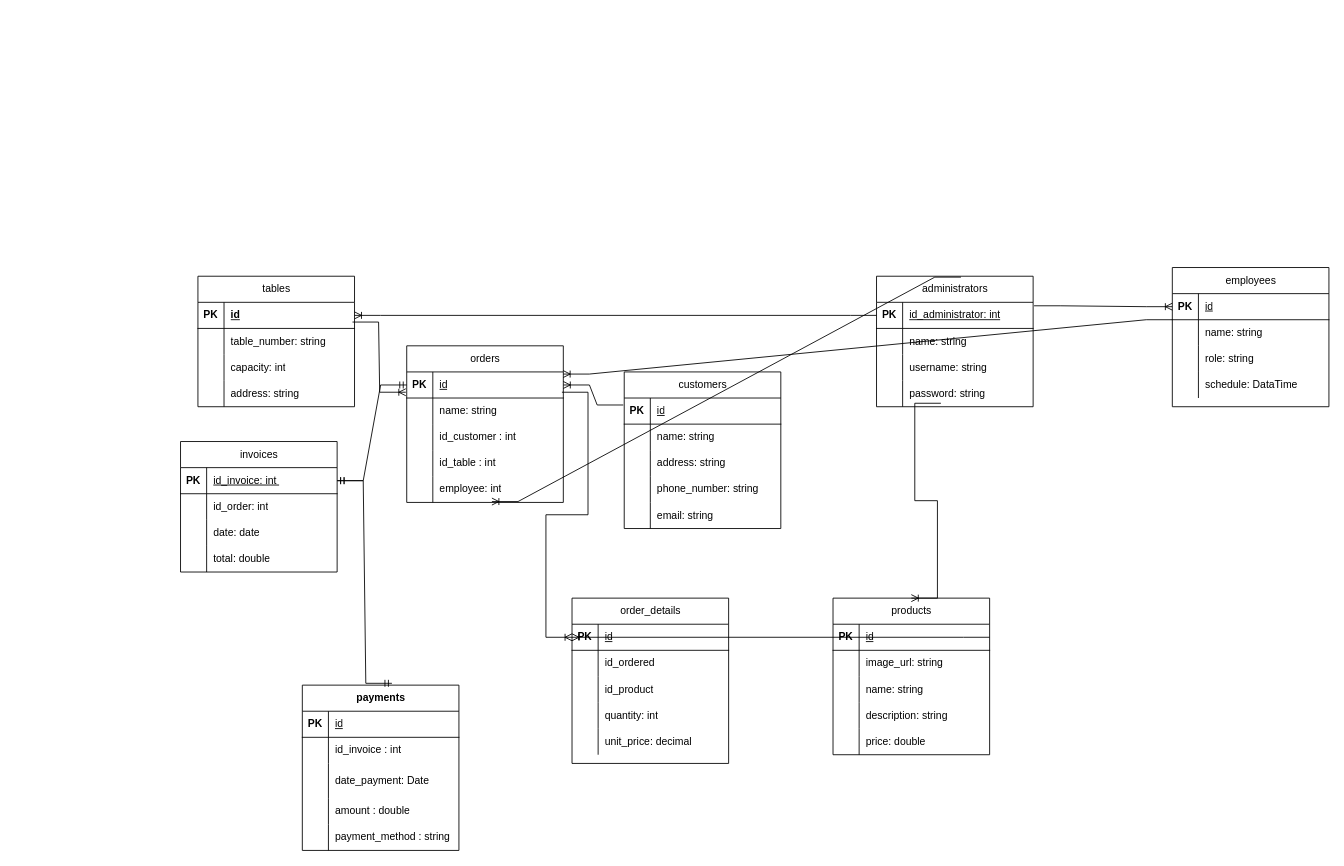
This is page "ER" (2 of 3) of Documents/Diagrama sin título.drawio from KevinAlvarezD/RestAdmin, a draw.io file, before an edit. Source tidied: cells renumbered, new cells numbered last; positions are measured from the earlier drawing's top-left corner, leaving out a move shared by most shapes. Both pictures are drawn from the tidied source at 87%, with x=0, y=0 at pixel (180, -11).
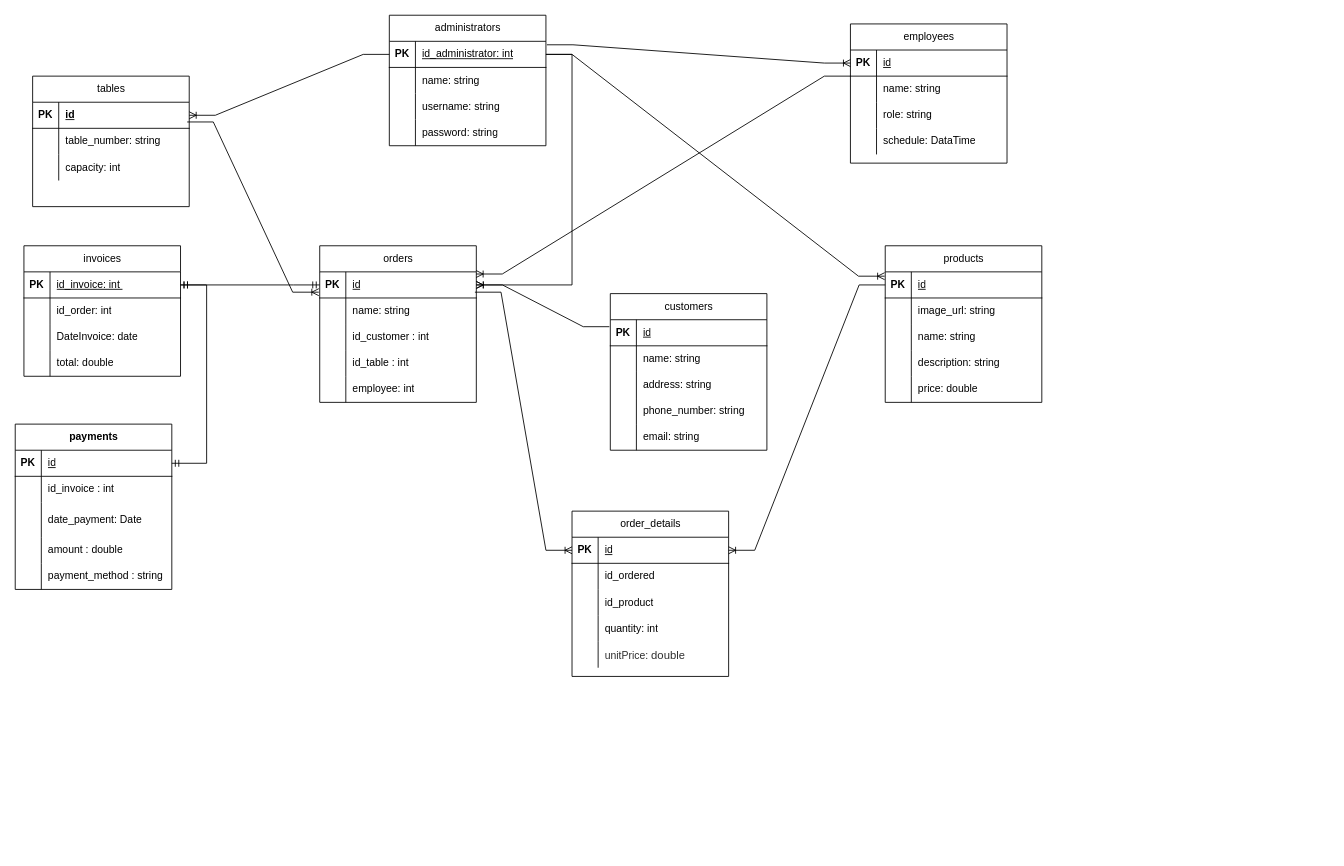
After the change.

The change refers to these unchanged cells:
```xml
<mxCell id="3" style="shape=tableRow;horizontal=0;startSize=0;swimlaneHead=0;swimlaneBody=0;fillColor=none;points=[[0,0.5],[1,0.5]];portConstraint=eastwest;top=0;left=0;right=0;bottom=1;" parent="2" vertex="1">
  <mxGeometry y="30" width="180" height="30" as="geometry" />
</mxCell>
<mxCell id="9" style="shape=tableRow;horizontal=0;startSize=0;swimlaneHead=0;swimlaneBody=0;fillColor=none;top=0;left=0;right=0;bottom=0;" parent="2" vertex="1">
  <mxGeometry y="90" width="180" height="30" as="geometry" />
</mxCell>
<mxCell id="32" style="shape=tableRow;horizontal=0;startSize=0;swimlaneHead=0;swimlaneBody=0;fillColor=none;points=[[0,0.5],[1,0.5]];portConstraint=eastwest;top=0;left=0;right=0;bottom=1;" parent="31" vertex="1">
  <mxGeometry y="30" width="180" height="30" as="geometry" />
</mxCell>
<mxCell id="44" style="shape=tableRow;horizontal=0;startSize=0;swimlaneHead=0;swimlaneBody=0;fillColor=none;points=[[0,0.5],[1,0.5]];portConstraint=eastwest;top=0;left=0;right=0;bottom=0;" parent="31" vertex="1">
  <mxGeometry y="150" width="180" height="30" as="geometry" />
</mxCell>
<mxCell id="61" style="shape=tableRow;horizontal=0;startSize=0;swimlaneHead=0;swimlaneBody=0;fillColor=none;points=[[0,0.5],[1,0.5]];portConstraint=eastwest;top=0;left=0;right=0;bottom=1;" parent="60" vertex="1">
  <mxGeometry y="30" width="180" height="30" as="geometry" />
</mxCell>
<mxCell id="77" style="shape=tableRow;horizontal=0;startSize=0;swimlaneHead=0;swimlaneBody=0;fillColor=none;points=[[0,0.5],[1,0.5]];portConstraint=eastwest;top=0;left=0;right=0;bottom=1;" parent="76" vertex="1">
  <mxGeometry y="30" width="180" height="30" as="geometry" />
</mxCell>
<mxCell id="93" style="shape=tableRow;horizontal=0;startSize=0;swimlaneHead=0;swimlaneBody=0;fillColor=none;points=[[0,0.5],[1,0.5]];portConstraint=eastwest;top=0;left=0;right=0;bottom=1;" parent="92" vertex="1">
  <mxGeometry y="30" width="180" height="30" as="geometry" />
</mxCell>
<mxCell id="105" style="shape=tableRow;horizontal=0;startSize=0;swimlaneHead=0;swimlaneBody=0;fillColor=none;top=0;left=0;right=0;bottom=0;" parent="92" vertex="1">
  <mxGeometry y="150" width="180" height="30" as="geometry" />
</mxCell>
<mxCell id="109" style="shape=tableRow;horizontal=0;startSize=0;swimlaneHead=0;swimlaneBody=0;fillColor=none;points=[[0,0.5],[1,0.5]];portConstraint=eastwest;top=0;left=0;right=0;bottom=1;" parent="108" vertex="1">
  <mxGeometry y="30" width="180" height="30" as="geometry" />
</mxCell>
<mxCell id="118" style="shape=tableRow;horizontal=0;startSize=0;swimlaneHead=0;swimlaneBody=0;fillColor=none;points=[[0,0.5],[1,0.5]];portConstraint=eastwest;top=0;left=0;right=0;bottom=0;" parent="108" vertex="1">
  <mxGeometry y="120" width="180" height="30" as="geometry" />
</mxCell>
```

The edit, as a diff of the source:
```diff
@@
     <mxCell id="2" value="&lt;span style=&quot;font-weight: 400;&quot;&gt;invoices&lt;/span&gt;" style="shape=table;startSize=30;childLayout=tableLayout;rowLines=0;fontStyle=1;align=center;html=1;" parent="1" vertex="1">
-      <mxGeometry y="520" width="180" height="150" as="geometry" />
+      <mxGeometry x="-180" y="295" width="180" height="150" as="geometry" />
     </mxCell>
@@
-    <mxCell id="11" value="&lt;span style=&quot;text-wrap: nowrap;&quot;&gt;date: date&lt;/span&gt;" style="shape=partialRectangle;fillColor=none;top=0;left=0;bottom=0;right=0;align=left;spacingLeft=6;overflow=hidden;whiteSpace=wrap;html=1;" parent="9" vertex="1">
+    <mxCell id="11" value="&lt;span style=&quot;text-wrap: nowrap;&quot;&gt;DateInvoice: date&lt;/span&gt;" style="shape=partialRectangle;fillColor=none;top=0;left=0;bottom=0;right=0;align=left;spacingLeft=6;overflow=hidden;whiteSpace=wrap;html=1;" parent="9" vertex="1">
       <mxGeometry x="30" width="150" height="30" as="geometry" />
     </mxCell>
@@
     <mxCell id="15" value="&lt;span style=&quot;font-weight: 400;&quot;&gt;customers&lt;/span&gt;" style="shape=table;startSize=30;childLayout=tableLayout;rowLines=0;fontStyle=1;align=center;html=1;" parent="1" vertex="1">
-      <mxGeometry x="510" y="440" width="180" height="180" as="geometry" />
+      <mxGeometry x="494" y="350" width="180" height="180" as="geometry" />
     </mxCell>
@@
     <mxCell id="31" value="&lt;span style=&quot;font-weight: 400;&quot;&gt;orders&lt;/span&gt;" style="shape=table;startSize=30;childLayout=tableLayout;rowLines=0;fontStyle=1;align=center;html=1;" parent="1" vertex="1">
-      <mxGeometry x="260" y="410" width="180" height="180" as="geometry" />
+      <mxGeometry x="160" y="295" width="180" height="180" as="geometry" />
     </mxCell>
@@
     <mxCell id="47" value="&lt;span style=&quot;font-weight: 400;&quot;&gt;tables&lt;/span&gt;" style="shape=table;startSize=30;childLayout=tableLayout;rowLines=0;fontStyle=1;align=center;html=1;" parent="1" vertex="1">
-      <mxGeometry x="20" y="330" width="180" height="150" as="geometry" />
+      <mxGeometry x="-170" y="100" width="180" height="150" as="geometry" />
     </mxCell>
@@
-    <mxCell id="57" style="shape=tableRow;horizontal=0;startSize=0;swimlaneHead=0;swimlaneBody=0;fillColor=none;top=0;left=0;right=0;bottom=0;" parent="47" vertex="1">
-      <mxGeometry y="120" width="180" height="30" as="geometry" />
-    </mxCell>
-    <mxCell id="58" style="shape=partialRectangle;fillColor=none;top=0;left=0;bottom=0;right=0;overflow=hidden;whiteSpace=wrap;html=1;" parent="57" vertex="1">
-      <mxGeometry width="30" height="30" as="geometry" />
-    </mxCell>
-    <mxCell id="59" value="&lt;span style=&quot;text-wrap: nowrap;&quot;&gt;address: string&lt;/span&gt;" style="shape=partialRectangle;fillColor=none;top=0;left=0;bottom=0;right=0;align=left;spacingLeft=6;overflow=hidden;whiteSpace=wrap;html=1;" parent="57" vertex="1">
-      <mxGeometry x="30" width="150" height="30" as="geometry" />
-    </mxCell>
     <mxCell id="60" value="&lt;span style=&quot;font-weight: 400;&quot;&gt;products&lt;/span&gt;" style="shape=table;startSize=30;childLayout=tableLayout;rowLines=0;fontStyle=1;align=center;html=1;" parent="1" vertex="1">
-      <mxGeometry x="750" y="700" width="180" height="180" as="geometry" />
+      <mxGeometry x="810" y="295" width="180" height="180" as="geometry" />
     </mxCell>
@@
     <mxCell id="76" value="payments" style="shape=table;startSize=30;childLayout=tableLayout;rowLines=0;fontStyle=1;align=center;html=1;" parent="1" vertex="1">
-      <mxGeometry x="140" y="800" width="180" height="190" as="geometry" />
+      <mxGeometry x="-190" y="500" width="180" height="190" as="geometry" />
     </mxCell>
@@
     <mxCell id="92" value="&lt;span style=&quot;font-weight: 400;&quot;&gt;order_details&lt;/span&gt;" style="shape=table;startSize=30;childLayout=tableLayout;rowLines=0;fontStyle=1;align=center;html=1;" parent="1" vertex="1">
-      <mxGeometry x="450" y="700" width="180" height="190" as="geometry" />
+      <mxGeometry x="450" y="600" width="180" height="190" as="geometry" />
     </mxCell>
@@
-    <mxCell id="107" value="&lt;span style=&quot;text-wrap: nowrap;&quot;&gt;unit_price: decimal&lt;/span&gt;" style="shape=partialRectangle;fillColor=none;top=0;left=0;bottom=0;right=0;align=left;spacingLeft=6;overflow=hidden;whiteSpace=wrap;html=1;" parent="105" vertex="1">
+    <mxCell id="107" value="&lt;font color=&quot;#2e2e2e&quot;&gt;&lt;span style=&quot;font-family: Helvetica; text-wrap: nowrap;&quot;&gt;unitPrice:&amp;nbsp;&lt;/span&gt;&lt;span style=&quot;white-space: pre;&quot;&gt;&lt;font style=&quot;font-size: 13px;&quot; face=&quot;Helvetica&quot;&gt;double&lt;/font&gt;&lt;/span&gt;&lt;/font&gt;" style="shape=partialRectangle;fillColor=none;top=0;left=0;bottom=0;right=0;align=left;spacingLeft=6;overflow=hidden;whiteSpace=wrap;html=1;" parent="105" vertex="1">
       <mxGeometry x="30" width="150" height="30" as="geometry" />
     </mxCell>
     <mxCell id="108" value="&lt;span style=&quot;font-weight: 400;&quot;&gt;administrators&lt;/span&gt;" style="shape=table;startSize=30;childLayout=tableLayout;rowLines=0;fontStyle=1;align=center;html=1;" parent="1" vertex="1">
-      <mxGeometry x="800" y="330" width="180" height="150" as="geometry" />
+      <mxGeometry x="240" y="30" width="180" height="150" as="geometry" />
     </mxCell>
@@
     <mxCell id="121" value="&lt;span style=&quot;font-weight: 400;&quot;&gt;employees&lt;/span&gt;" style="shape=table;startSize=30;childLayout=tableLayout;rowLines=0;fontStyle=1;align=center;html=1;" parent="1" vertex="1">
-      <mxGeometry x="1140" y="320" width="180" height="160" as="geometry" />
+      <mxGeometry x="770" y="40" width="180" height="160" as="geometry" />
     </mxCell>
@@
-    <mxCell id="139" style="edgeStyle=entityRelationEdgeStyle;fontSize=12;html=1;endArrow=ERoneToMany;rounded=0;exitX=1;exitY=0.5;exitDx=0;exitDy=0;entryX=0;entryY=0.5;entryDx=0;entryDy=0;" parent="1" edge="1" source="61" target="93">
+    <mxCell id="139" style="edgeStyle=entityRelationEdgeStyle;fontSize=12;html=1;endArrow=ERoneToMany;rounded=0;exitX=0;exitY=0.5;exitDx=0;exitDy=0;" parent="1" edge="1" source="61" target="93">
       <mxGeometry relative="1" as="geometry">
         <Array as="points">
           <mxPoint x="910" y="870" />
           <mxPoint x="890" y="950" />
         </Array>
       </mxGeometry>
     </mxCell>
-    <mxCell id="140" style="edgeStyle=entityRelationEdgeStyle;fontSize=12;html=1;endArrow=ERmandOne;startArrow=ERmandOne;rounded=0;entryX=0.572;entryY=-0.011;entryDx=0;entryDy=0;entryPerimeter=0;" parent="1" edge="1" source="3" target="76">
-      <mxGeometry relative="1" as="geometry" />
+    <mxCell id="140" style="edgeStyle=entityRelationEdgeStyle;fontSize=12;html=1;endArrow=ERmandOne;startArrow=ERmandOne;rounded=0;entryX=1;entryY=0.5;entryDx=0;entryDy=0;" parent="1" edge="1" source="3" target="77">
+      <mxGeometry relative="1" as="geometry">
+        <Array as="points">
+          <mxPoint x="-180" y="340" />
+        </Array>
+      </mxGeometry>
     </mxCell>
-    <mxCell id="141" style="edgeStyle=entityRelationEdgeStyle;fontSize=12;html=1;endArrow=ERoneToMany;rounded=0;exitX=0.539;exitY=0.007;exitDx=0;exitDy=0;exitPerimeter=0;entryX=0.544;entryY=0.967;entryDx=0;entryDy=0;entryPerimeter=0;" parent="1" edge="1" source="108" target="44">
+    <mxCell id="141" style="edgeStyle=entityRelationEdgeStyle;fontSize=12;html=1;endArrow=ERoneToMany;rounded=0;" parent="1" edge="1" source="109" target="32">
       <mxGeometry relative="1" as="geometry">
         <Array as="points">
           <mxPoint x="670" />
           <mxPoint x="630" y="589" />
           <mxPoint x="640" y="660" />
           <mxPoint x="690" y="90" />
           <mxPoint x="700" y="60" />
         </Array>
       </mxGeometry>
     </mxCell>
@@
-    <mxCell id="144" style="edgeStyle=entityRelationEdgeStyle;fontSize=12;html=1;endArrow=ERoneToMany;rounded=0;exitX=0.411;exitY=0.867;exitDx=0;exitDy=0;exitPerimeter=0;entryX=0.5;entryY=0;entryDx=0;entryDy=0;" parent="1" edge="1" source="118" target="60">
+    <mxCell id="144" style="edgeStyle=entityRelationEdgeStyle;fontSize=12;html=1;endArrow=ERoneToMany;rounded=0;exitX=1;exitY=0.5;exitDx=0;exitDy=0;entryX=-0.004;entryY=0.165;entryDx=0;entryDy=0;entryPerimeter=0;" parent="1" edge="1" source="109" target="61">
       <mxGeometry relative="1" as="geometry" />
     </mxCell>
```
